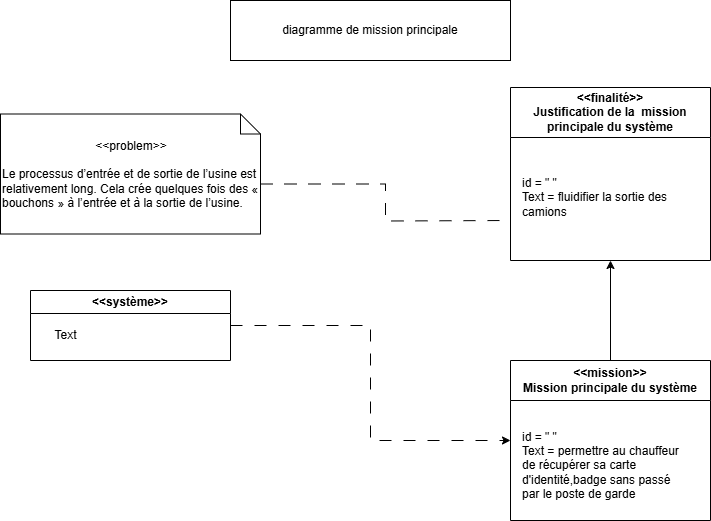
This is Diagramme_de_mission_principale.drawio.drawio.png from Xela0309/CasiersRFID, a draw.io export, as it was before one commit. Source tidied: cells renumbered, new cells last; positions are measured from the earlier drawing's top-left corner, leaving out a move shared by most shapes. Its diagram source:
```xml
<mxGraphModel>
  <root>
    <mxCell id="0" />
    <mxCell id="1" parent="0" />
    <mxCell id="2" value="diagramme de mission principale" style="rounded=0;whiteSpace=wrap;html=1;" parent="1" vertex="1">
      <mxGeometry x="230" width="280" height="60" as="geometry" />
    </mxCell>
    <mxCell id="3" style="edgeStyle=orthogonalEdgeStyle;rounded=0;jettySize=auto;html=1;exitX=0;exitY=0;exitDx=260;exitDy=70;exitPerimeter=0;endArrow=none;startFill=0;dashed=1;dashPattern=12 12;" parent="1" edge="1" source="4">
      <mxGeometry relative="1" as="geometry">
        <mxPoint x="510" y="220" as="targetPoint" />
      </mxGeometry>
    </mxCell>
    <mxCell id="4" value="&lt;div style=&quot;text-align: center;&quot;&gt;&lt;span style=&quot;background-color: transparent; color: light-dark(rgb(0, 0, 0), rgb(255, 255, 255));&quot;&gt;&amp;lt;&amp;lt;problem&amp;gt;&amp;gt;&lt;/span&gt;&lt;/div&gt;&lt;div style=&quot;text-align: center;&quot;&gt;&lt;span style=&quot;background-color: transparent; color: light-dark(rgb(0, 0, 0), rgb(255, 255, 255));&quot;&gt;&lt;br&gt;&lt;/span&gt;&lt;/div&gt;&lt;div&gt;Le processus d’entrée et de sortie de l’usine est relativement long. Cela crée quelques fois des « bouchons » à l’entrée et à la sortie de l’usine.&amp;nbsp;&lt;/div&gt;" style="shape=note;size=20;whiteSpace=wrap;html=1;align=left;" parent="1" vertex="1">
      <mxGeometry y="113.5" width="260" height="120" as="geometry" />
    </mxCell>
    <mxCell id="5" value="&amp;lt;&amp;lt;finalité&amp;gt;&amp;gt;&lt;div&gt;Justification de la&amp;nbsp; mission principale du système&lt;/div&gt;" style="swimlane;whiteSpace=wrap;html=1;startSize=50;" parent="1" vertex="1">
      <mxGeometry x="510" y="87" width="200" height="173" as="geometry" />
    </mxCell>
    <mxCell id="6" value="&lt;div&gt;id = &quot; &quot;&lt;/div&gt;Text = fluidifier la sortie des camions" style="text;html=1;align=left;verticalAlign=middle;whiteSpace=wrap;rounded=0;" parent="5" vertex="1">
      <mxGeometry x="10" y="60" width="180" height="100" as="geometry" />
    </mxCell>
    <mxCell id="7" style="edgeStyle=orthogonalEdgeStyle;rounded=0;jettySize=auto;html=1;entryX=0.5;entryY=1;entryDx=0;entryDy=0;" parent="1" edge="1" source="8" target="5">
      <mxGeometry relative="1" as="geometry" />
    </mxCell>
    <mxCell id="8" value="&amp;lt;&amp;lt;mission&amp;gt;&amp;gt;&lt;div&gt;Mission principale du système&lt;/div&gt;" style="swimlane;whiteSpace=wrap;html=1;startSize=40;" parent="1" vertex="1">
      <mxGeometry x="510" y="360" width="200" height="160" as="geometry" />
    </mxCell>
    <mxCell id="9" value="&lt;div&gt;id = &quot; &quot;&lt;/div&gt;Text = permettre au chauffeur de récupérer sa carte d'identité,badge sans passé par le poste de garde" style="text;html=1;align=left;verticalAlign=middle;whiteSpace=wrap;rounded=0;" parent="8" vertex="1">
      <mxGeometry x="10" y="50" width="170" height="110" as="geometry" />
    </mxCell>
    <mxCell id="10" style="rounded=0;jettySize=auto;html=1;exitX=1;exitY=0.5;exitDx=0;exitDy=0;entryX=0;entryY=0.5;entryDx=0;entryDy=0;dashed=1;edgeStyle=orthogonalEdgeStyle;dashPattern=12 12;" parent="1" edge="1" source="11" target="8">
      <mxGeometry relative="1" as="geometry" />
    </mxCell>
    <mxCell id="11" value="&amp;lt;&amp;lt;système&amp;gt;&amp;gt;" style="swimlane;whiteSpace=wrap;html=1;" parent="1" vertex="1">
      <mxGeometry x="30" y="290" width="200" height="70" as="geometry" />
    </mxCell>
    <mxCell id="12" value="Text" style="text;html=1;align=center;verticalAlign=middle;strokeColor=none;fillColor=none;" parent="11" vertex="1">
      <mxGeometry x="10" y="30" width="50" height="30" as="geometry" />
    </mxCell>
  </root>
</mxGraphModel>
```
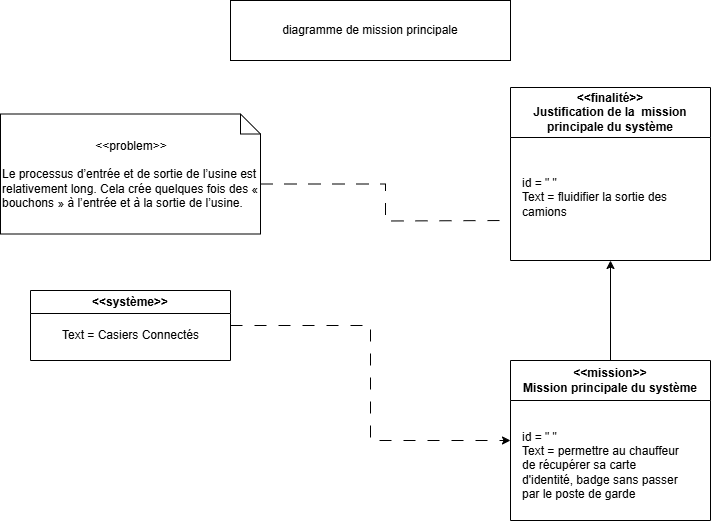
The same file after the commit.

Change to the diagram source:
```diff
@@ -25,7 +25,7 @@
     <mxCell id="8" value="&amp;lt;&amp;lt;mission&amp;gt;&amp;gt;&lt;div&gt;Mission principale du système&lt;/div&gt;" style="swimlane;whiteSpace=wrap;html=1;startSize=40;" parent="1" vertex="1">
       <mxGeometry x="510" y="360" width="200" height="160" as="geometry" />
     </mxCell>
-    <mxCell id="9" value="&lt;div&gt;id = &quot; &quot;&lt;/div&gt;Text = permettre au chauffeur de récupérer sa carte d'identité,badge sans passé par le poste de garde" style="text;html=1;align=left;verticalAlign=middle;whiteSpace=wrap;rounded=0;" parent="8" vertex="1">
+    <mxCell id="9" value="&lt;div&gt;id = &quot; &quot;&lt;/div&gt;Text = permettre au chauffeur de récupérer sa carte d'identité, badge sans passer par le poste de garde" style="text;html=1;align=left;verticalAlign=middle;whiteSpace=wrap;rounded=0;" parent="8" vertex="1">
       <mxGeometry x="10" y="50" width="170" height="110" as="geometry" />
     </mxCell>
     <mxCell id="10" style="rounded=0;jettySize=auto;html=1;exitX=1;exitY=0.5;exitDx=0;exitDy=0;entryX=0;entryY=0.5;entryDx=0;entryDy=0;dashed=1;edgeStyle=orthogonalEdgeStyle;dashPattern=12 12;" parent="1" edge="1" source="11" target="8">
@@ -34,8 +34,8 @@
     <mxCell id="11" value="&amp;lt;&amp;lt;système&amp;gt;&amp;gt;" style="swimlane;whiteSpace=wrap;html=1;" parent="1" vertex="1">
       <mxGeometry x="30" y="290" width="200" height="70" as="geometry" />
     </mxCell>
-    <mxCell id="12" value="Text" style="text;html=1;align=center;verticalAlign=middle;strokeColor=none;fillColor=none;" parent="11" vertex="1">
-      <mxGeometry x="10" y="30" width="50" height="30" as="geometry" />
+    <mxCell id="12" value="Text = Casiers Connectés" style="text;html=1;align=center;verticalAlign=middle;strokeColor=none;fillColor=none;" parent="11" vertex="1">
+      <mxGeometry x="20" y="30" width="160" height="30" as="geometry" />
     </mxCell>
   </root>
 </mxGraphModel>
```
